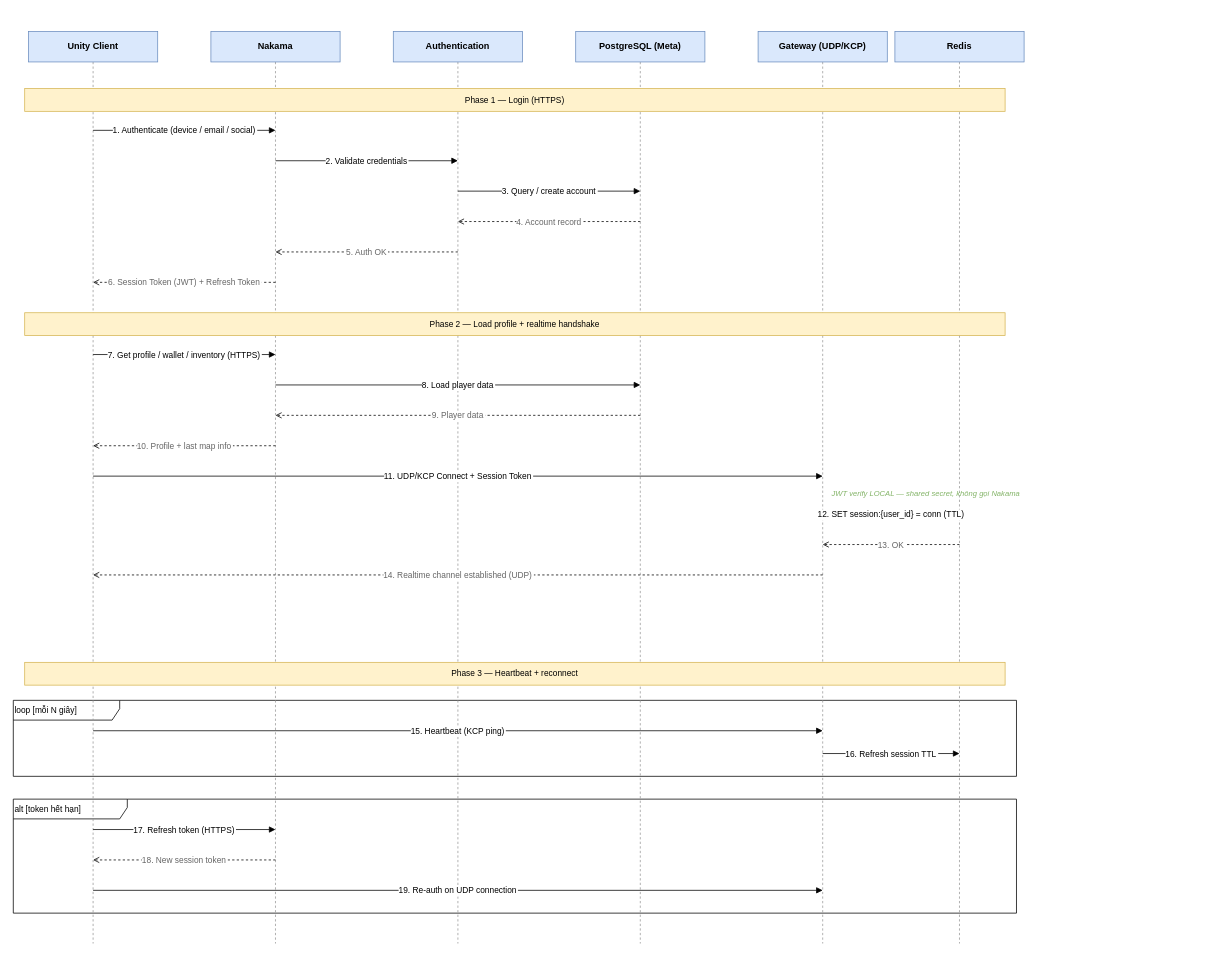
Earlier version of the draw.io diagram page "2. Auth + Session" (2 of 11) of IdeaATeckStack/RPG-MMO-indie.drawio (Cuvara/rpg-mmo-server). Source tidied: cells renumbered, new cells numbered last; positions are measured from the earlier drawing's top-left corner, leaving out a move shared by most shapes. Both pictures are drawn from the tidied source at 76%, with x=0, y=0 at pixel (13, 31).
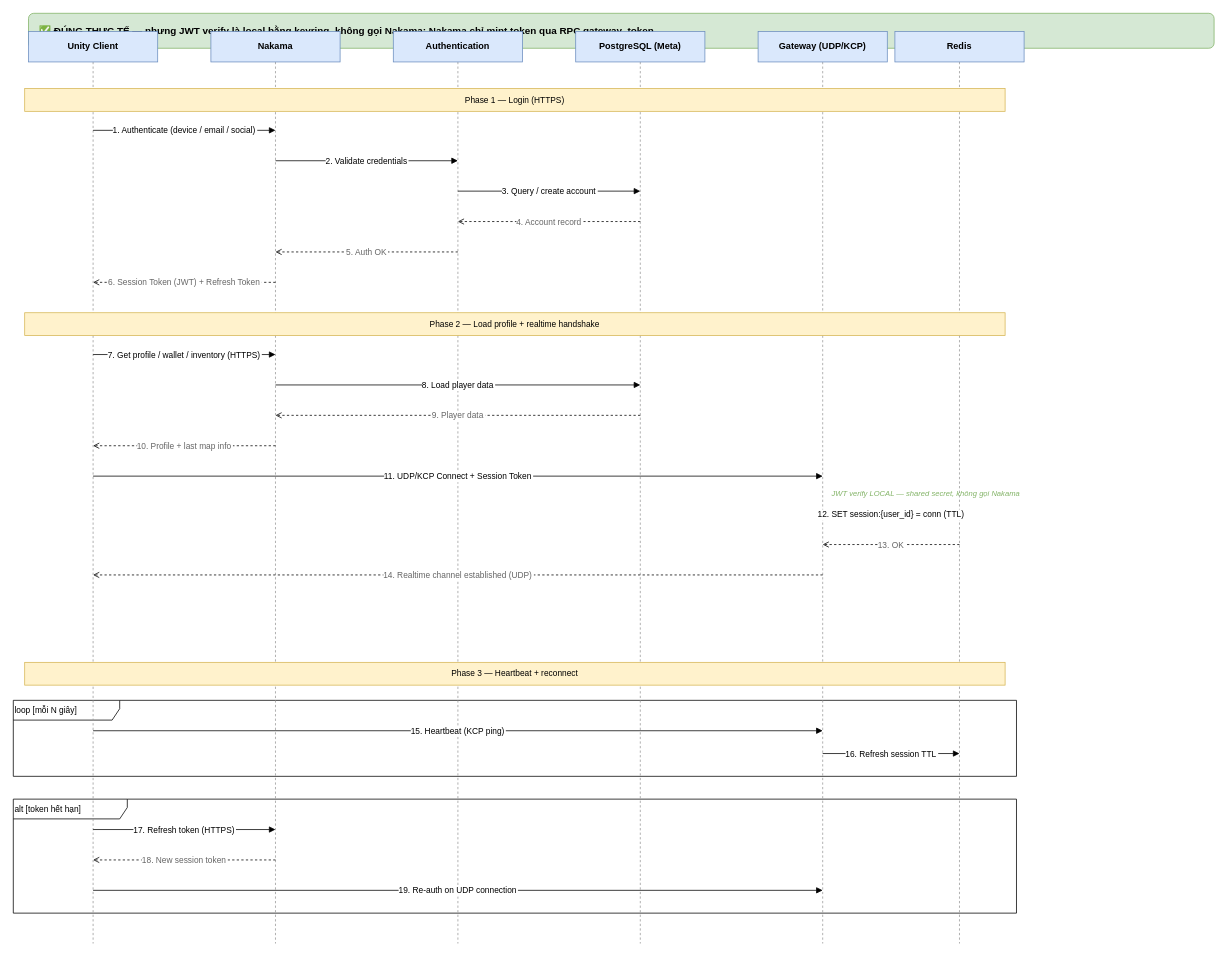
The same page after the edit.

Diff of the diagram source:
```diff
@@
+    <mxCell id="39" value="✅ ĐÚNG THỰC TẾ — nhưng JWT verify là local bằng keyring, không gọi Nakama; Nakama chỉ mint token qua RPC gateway_token" style="rounded=1;whiteSpace=wrap;html=1;fillColor=#d5e8d4;strokeColor=#82b366;fontSize=13;fontStyle=1;align=left;spacingLeft=12;verticalAlign=middle;" parent="1" vertex="1">
+      <mxGeometry x="20" y="-24" width="1560" height="46" as="geometry" />
+    </mxCell>
```
